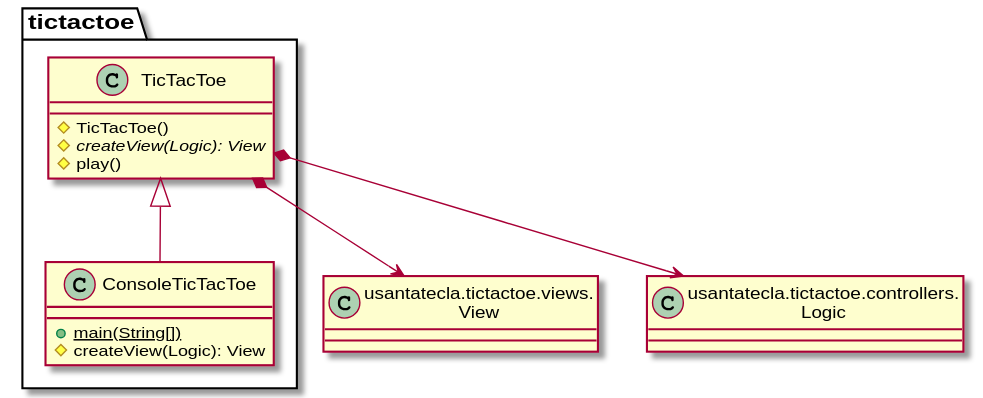
Before: modelViewPresenter/presentationModel/withFacade/docs/diagrams/out/paquetes/paqueteTicTacToe.svg, a diagram exported from PlantUML (Jolucaa/USantaTecla-project-ticTacToe). Source of this version:
```plantuml
@startuml
class View as "usantatecla.tictactoe.views.\nView" {}
class Logic as "usantatecla.tictactoe.controllers.\nLogic" {}

class tictactoe.TicTacToe{
  # TicTacToe()
  # {abstract} createView(Logic): View
  # play()
}
tictactoe.TicTacToe *-down-> View
tictactoe.TicTacToe *-down-> Logic

class tictactoe.ConsoleTicTacToe{
  + {static} main(String[])
  # createView(Logic): View
}
tictactoe.TicTacToe <|-down- tictactoe.ConsoleTicTacToe
@enduml
```
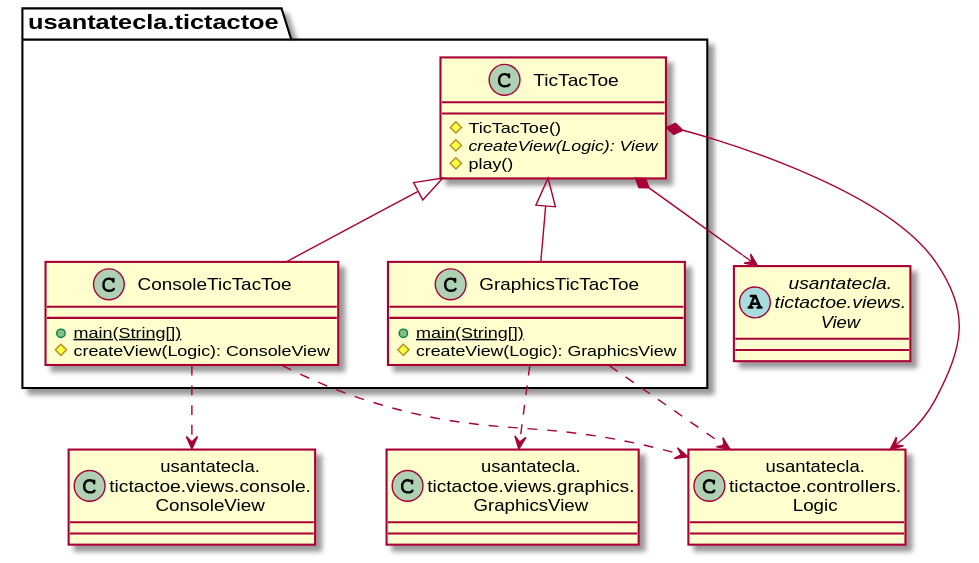
Above is the later version.

Diff of the diagram source:
```diff
@@ -1,18 +1,30 @@
 @startuml
-class View as "usantatecla.tictactoe.views.\nView" {}
-class Logic as "usantatecla.tictactoe.controllers.\nLogic" {}
+abstract class View as "usantatecla.\ntictactoe.views.\nView"
+class ConsoleView as "usantatecla.\ntictactoe.views.console.\nConsoleView"
+class GraphicsView as "usantatecla.\ntictactoe.views.graphics.\nGraphicsView"
+class Logic as "usantatecla.\ntictactoe.controllers.\nLogic"
 
-class tictactoe.TicTacToe{
+class usantatecla.tictactoe.TicTacToe{
   # TicTacToe()
   # {abstract} createView(Logic): View
   # play()
 }
-tictactoe.TicTacToe *-down-> View
-tictactoe.TicTacToe *-down-> Logic
+usantatecla.tictactoe.TicTacToe *-down-> View
+usantatecla.tictactoe.TicTacToe *-down-> Logic
 
-class tictactoe.ConsoleTicTacToe{
+class usantatecla.tictactoe.ConsoleTicTacToe{
   + {static} main(String[])
-  # createView(Logic): View
+  # createView(Logic): ConsoleView
 }
-tictactoe.TicTacToe <|-down- tictactoe.ConsoleTicTacToe
+usantatecla.tictactoe.TicTacToe <|-down- usantatecla.tictactoe.ConsoleTicTacToe
+usantatecla.tictactoe.ConsoleTicTacToe .down.> Logic
+usantatecla.tictactoe.ConsoleTicTacToe .down.> ConsoleView
+
+class usantatecla.tictactoe.GraphicsTicTacToe{
+  + {static} main(String[])
+  # createView(Logic): GraphicsView
+}
+usantatecla.tictactoe.TicTacToe <|-down- usantatecla.tictactoe.GraphicsTicTacToe
+usantatecla.tictactoe.GraphicsTicTacToe .down.> Logic
+usantatecla.tictactoe.GraphicsTicTacToe .down.> GraphicsView
 @enduml
```
